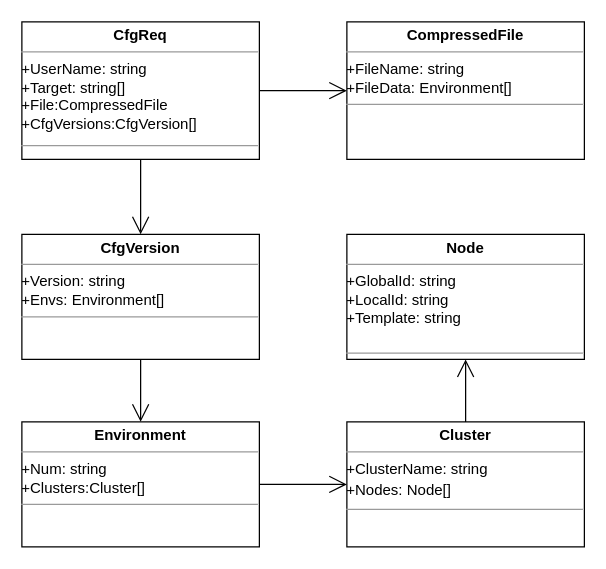
Above: page "请求结构体" (5 of 17) of docs/概要设计文档/概设原始图.drawio in dalgorithm-bastar/configer (draw.io), before the change. Source tidied: cells renumbered, new cells numbered last; positions are measured from the earlier drawing's top-left corner, leaving out a move shared by most shapes. Both pictures are drawn from the tidied source at 125%, with x=0, y=0 at pixel (21, 21).
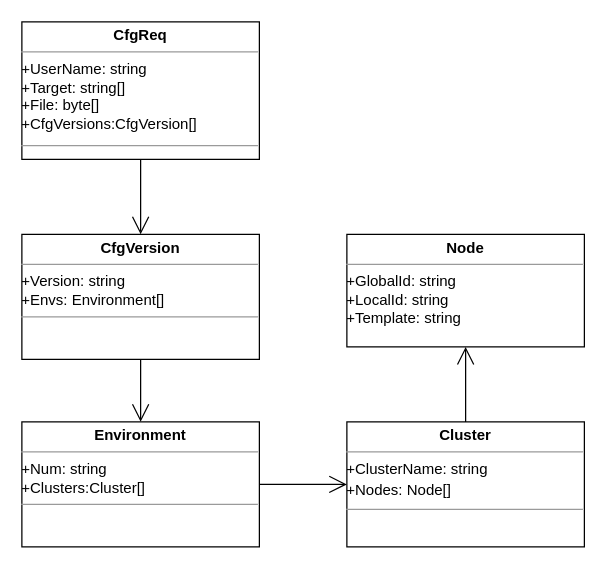
The same diagram, later.

What changed in the source:
```diff
@@
 <mxGraphModel>
   <root>
     <mxCell id="0" />
     <mxCell id="1" parent="0" />
-    <mxCell id="2" value="&lt;p style=&quot;margin: 0px ; margin-top: 4px ; text-align: center&quot;&gt;&lt;b&gt;CfgReq&lt;/b&gt;&lt;/p&gt;&lt;hr size=&quot;1&quot;&gt;+UserName: string&lt;br&gt;+Target: string[]&lt;br&gt;+File:CompressedFile&lt;br&gt;+CfgVersions:CfgVersion[]&lt;br&gt;&lt;div style=&quot;height: 2px&quot;&gt;&lt;br&gt;&lt;/div&gt;&lt;div style=&quot;height: 2px&quot;&gt;&lt;br&gt;&lt;/div&gt;&lt;hr size=&quot;1&quot;&gt;&lt;div style=&quot;height: 2px&quot;&gt;&lt;/div&gt;" style="verticalAlign=top;align=left;overflow=fill;fontSize=12;fontFamily=Helvetica;html=1;" parent="1" vertex="1">
+    <mxCell id="2" value="&lt;p style=&quot;margin: 0px ; margin-top: 4px ; text-align: center&quot;&gt;&lt;b&gt;CfgReq&lt;/b&gt;&lt;/p&gt;&lt;hr size=&quot;1&quot;&gt;+UserName: string&lt;br&gt;+Target: string[]&lt;br&gt;+File: byte[]&lt;br&gt;+CfgVersions:CfgVersion[]&lt;br&gt;&lt;div style=&quot;height: 2px&quot;&gt;&lt;br&gt;&lt;/div&gt;&lt;div style=&quot;height: 2px&quot;&gt;&lt;br&gt;&lt;/div&gt;&lt;hr size=&quot;1&quot;&gt;&lt;div style=&quot;height: 2px&quot;&gt;&lt;/div&gt;" style="verticalAlign=top;align=left;overflow=fill;fontSize=12;fontFamily=Helvetica;html=1;" parent="1" vertex="1">
       <mxGeometry width="190" height="110" as="geometry" />
     </mxCell>
     <mxCell id="3" value="&lt;p style=&quot;margin: 0px ; margin-top: 4px ; text-align: center&quot;&gt;&lt;b&gt;Environment&lt;/b&gt;&lt;/p&gt;&lt;hr size=&quot;1&quot;&gt;+Num: string&lt;div style=&quot;height: 2px&quot;&gt;+Clusters:Cluster[]&lt;/div&gt;&lt;div style=&quot;height: 2px&quot;&gt;&lt;br&gt;&lt;/div&gt;&lt;div style=&quot;height: 2px&quot;&gt;&lt;br&gt;&lt;/div&gt;&lt;div style=&quot;height: 2px&quot;&gt;&lt;br&gt;&lt;/div&gt;&lt;div style=&quot;height: 2px&quot;&gt;&lt;br&gt;&lt;/div&gt;&lt;div style=&quot;height: 2px&quot;&gt;&lt;br&gt;&lt;/div&gt;&lt;div style=&quot;height: 2px&quot;&gt;&lt;br&gt;&lt;/div&gt;&lt;hr size=&quot;1&quot;&gt;&lt;div style=&quot;height: 2px&quot;&gt;&lt;/div&gt;" style="verticalAlign=top;align=left;overflow=fill;fontSize=12;fontFamily=Helvetica;html=1;" parent="1" vertex="1">
       <mxGeometry y="320" width="190" height="100" as="geometry" />
     </mxCell>
     <mxCell id="4" style="endArrow=open;endFill=1;endSize=12;html=1;exitX=0.5;exitY=1;exitDx=0;exitDy=0;entryX=0.5;entryY=0;entryDx=0;entryDy=0;" parent="1" edge="1" source="2" target="9">
       <mxGeometry relative="1" as="geometry" />
     </mxCell>
     <mxCell id="5" value="&lt;p style=&quot;margin: 0px ; margin-top: 4px ; text-align: center&quot;&gt;&lt;b&gt;Cluster&lt;/b&gt;&lt;/p&gt;&lt;hr size=&quot;1&quot;&gt;+ClusterName: string&lt;br&gt;&lt;div style=&quot;height: 2px&quot;&gt;&lt;span&gt;&lt;br&gt;&lt;/span&gt;&lt;/div&gt;&lt;div style=&quot;height: 2px&quot;&gt;&lt;span&gt;+Nodes: Node[]&lt;/span&gt;&lt;br&gt;&lt;/div&gt;&lt;div style=&quot;height: 2px&quot;&gt;&lt;br&gt;&lt;/div&gt;&lt;div style=&quot;height: 2px&quot;&gt;&lt;br&gt;&lt;/div&gt;&lt;div style=&quot;height: 2px&quot;&gt;&lt;br&gt;&lt;/div&gt;&lt;div style=&quot;height: 2px&quot;&gt;&lt;br&gt;&lt;/div&gt;&lt;div style=&quot;height: 2px&quot;&gt;&lt;br&gt;&lt;/div&gt;&lt;div style=&quot;height: 2px&quot;&gt;&lt;br&gt;&lt;/div&gt;&lt;div style=&quot;height: 2px&quot;&gt;&lt;br&gt;&lt;/div&gt;&lt;hr size=&quot;1&quot;&gt;&lt;div style=&quot;height: 2px&quot;&gt;&lt;/div&gt;" style="verticalAlign=top;align=left;overflow=fill;fontSize=12;fontFamily=Helvetica;html=1;" parent="1" vertex="1">
       <mxGeometry x="260" y="320" width="190" height="100" as="geometry" />
     </mxCell>
     <mxCell id="6" value="&lt;p style=&quot;margin: 0px ; margin-top: 4px ; text-align: center&quot;&gt;&lt;b&gt;Node&lt;/b&gt;&lt;/p&gt;&lt;hr size=&quot;1&quot;&gt;+GlobalId: string&lt;br&gt;+LocalId: string&lt;br&gt;+Template: string&lt;br&gt;&lt;div style=&quot;height: 2px&quot;&gt;&lt;div style=&quot;height: 2px&quot;&gt;&lt;br&gt;&lt;/div&gt;&lt;div style=&quot;height: 2px&quot;&gt;&lt;br&gt;&lt;/div&gt;&lt;div style=&quot;height: 2px&quot;&gt;&lt;br&gt;&lt;/div&gt;&lt;/div&gt;&lt;div style=&quot;height: 2px&quot;&gt;&lt;br&gt;&lt;/div&gt;&lt;div style=&quot;height: 2px&quot;&gt;&lt;br&gt;&lt;/div&gt;&lt;div style=&quot;height: 2px&quot;&gt;&lt;br&gt;&lt;/div&gt;&lt;div style=&quot;height: 2px&quot;&gt;&lt;br&gt;&lt;/div&gt;&lt;div style=&quot;height: 2px&quot;&gt;&lt;br&gt;&lt;/div&gt;&lt;div style=&quot;height: 2px&quot;&gt;&lt;br&gt;&lt;/div&gt;&lt;hr size=&quot;1&quot;&gt;&lt;div style=&quot;height: 2px&quot;&gt;&lt;/div&gt;" style="verticalAlign=top;align=left;overflow=fill;fontSize=12;fontFamily=Helvetica;html=1;" parent="1" vertex="1">
-      <mxGeometry x="260" y="170" width="190" height="100" as="geometry" />
+      <mxGeometry x="260" y="170" width="190" height="90" as="geometry" />
     </mxCell>
     <mxCell id="7" style="endArrow=open;endFill=1;endSize=12;html=1;entryX=0;entryY=0.5;entryDx=0;entryDy=0;exitX=1;exitY=0.5;exitDx=0;exitDy=0;" parent="1" edge="1" source="3" target="5">
       <mxGeometry relative="1" as="geometry" />
     </mxCell>
     <mxCell id="8" style="endArrow=open;endFill=1;endSize=12;html=1;entryX=0.5;entryY=1;entryDx=0;entryDy=0;exitX=0.5;exitY=0;exitDx=0;exitDy=0;" parent="1" edge="1" source="5" target="6">
       <mxGeometry relative="1" as="geometry" />
     </mxCell>
     <mxCell id="9" value="&lt;p style=&quot;margin: 0px ; margin-top: 4px ; text-align: center&quot;&gt;&lt;b&gt;CfgVersion&lt;/b&gt;&lt;/p&gt;&lt;hr size=&quot;1&quot;&gt;+Version: string&lt;br&gt;&lt;div style=&quot;height: 2px&quot;&gt;+Envs: Environment[]&lt;/div&gt;&lt;div style=&quot;height: 2px&quot;&gt;&lt;br&gt;&lt;/div&gt;&lt;div style=&quot;height: 2px&quot;&gt;&lt;br&gt;&lt;/div&gt;&lt;div style=&quot;height: 2px&quot;&gt;&lt;br&gt;&lt;/div&gt;&lt;div style=&quot;height: 2px&quot;&gt;&lt;br&gt;&lt;/div&gt;&lt;div style=&quot;height: 2px&quot;&gt;&lt;br&gt;&lt;/div&gt;&lt;div style=&quot;height: 2px&quot;&gt;&lt;br&gt;&lt;/div&gt;&lt;hr size=&quot;1&quot;&gt;&lt;div style=&quot;height: 2px&quot;&gt;&lt;/div&gt;" style="verticalAlign=top;align=left;overflow=fill;fontSize=12;fontFamily=Helvetica;html=1;" parent="1" vertex="1">
       <mxGeometry y="170" width="190" height="100" as="geometry" />
     </mxCell>
     <mxCell id="10" style="endArrow=open;endFill=1;endSize=12;html=1;exitX=0.5;exitY=1;exitDx=0;exitDy=0;entryX=0.5;entryY=0;entryDx=0;entryDy=0;" parent="1" edge="1" source="9" target="3">
       <mxGeometry relative="1" as="geometry" />
     </mxCell>
-    <mxCell id="11" value="&lt;p style=&quot;margin: 0px ; margin-top: 4px ; text-align: center&quot;&gt;&lt;b&gt;CompressedFile&lt;/b&gt;&lt;/p&gt;&lt;hr size=&quot;1&quot;&gt;+FileName: string&lt;br&gt;&lt;div style=&quot;height: 2px&quot;&gt;+FileData: Environment[]&lt;/div&gt;&lt;div style=&quot;height: 2px&quot;&gt;&lt;br&gt;&lt;/div&gt;&lt;div style=&quot;height: 2px&quot;&gt;&lt;br&gt;&lt;/div&gt;&lt;div style=&quot;height: 2px&quot;&gt;&lt;br&gt;&lt;/div&gt;&lt;div style=&quot;height: 2px&quot;&gt;&lt;br&gt;&lt;/div&gt;&lt;div style=&quot;height: 2px&quot;&gt;&lt;br&gt;&lt;/div&gt;&lt;div style=&quot;height: 2px&quot;&gt;&lt;br&gt;&lt;/div&gt;&lt;hr size=&quot;1&quot;&gt;&lt;div style=&quot;height: 2px&quot;&gt;&lt;/div&gt;" style="verticalAlign=top;align=left;overflow=fill;fontSize=12;fontFamily=Helvetica;html=1;" parent="1" vertex="1">
-      <mxGeometry x="260" width="190" height="110" as="geometry" />
-    </mxCell>
-    <mxCell id="12" style="endArrow=open;endFill=1;endSize=12;html=1;entryX=0;entryY=0.5;entryDx=0;entryDy=0;exitX=1;exitY=0.5;exitDx=0;exitDy=0;" parent="1" edge="1" source="2" target="11">
-      <mxGeometry relative="1" as="geometry" />
-    </mxCell>
   </root>
 </mxGraphModel>
```
